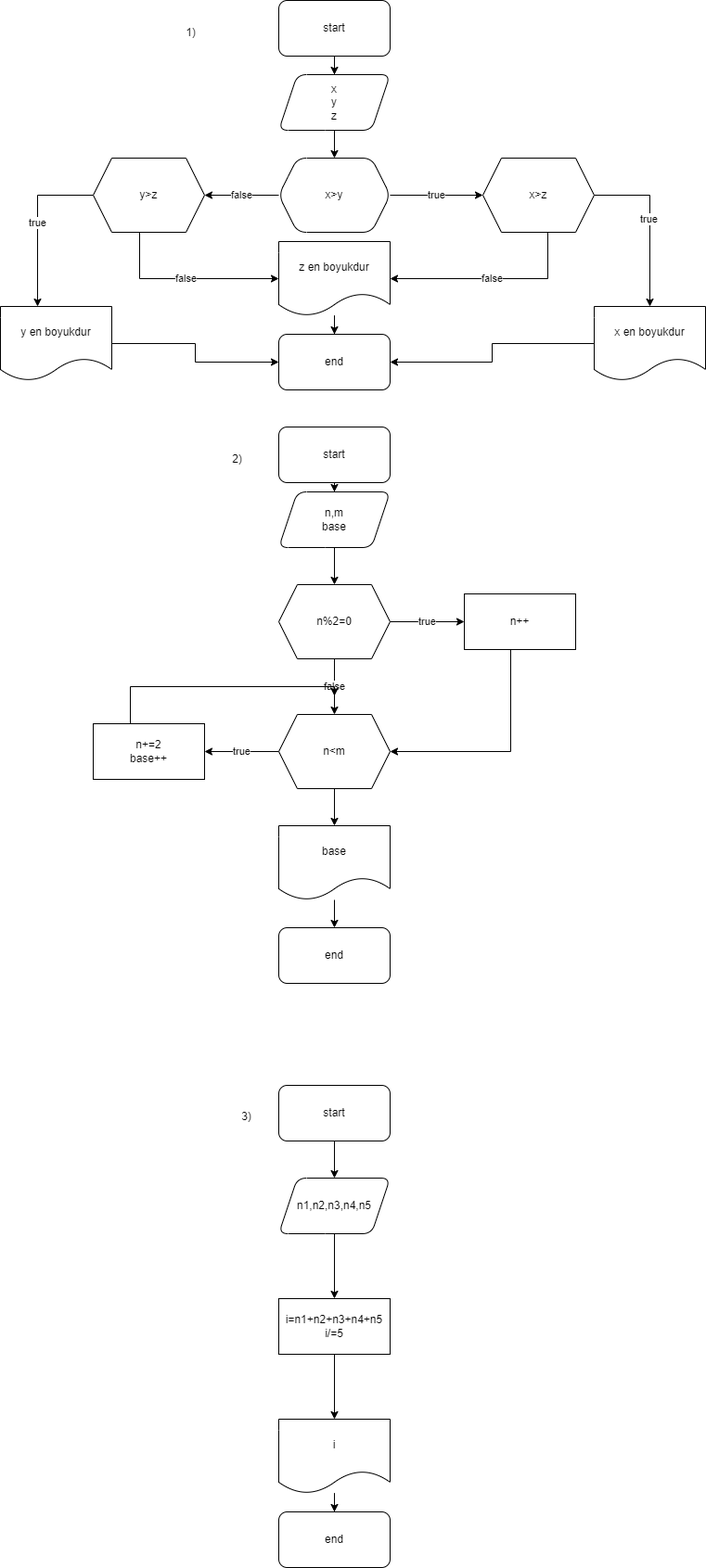
asmann18/diagramsnet-homework keeps this draw.io diagram as Başlıksız Diyagram.drawio.png. Above is the earlier version. Source tidied: cells renumbered, new cells last; positions are measured from the earlier drawing's top-left corner, leaving out a move shared by most shapes.
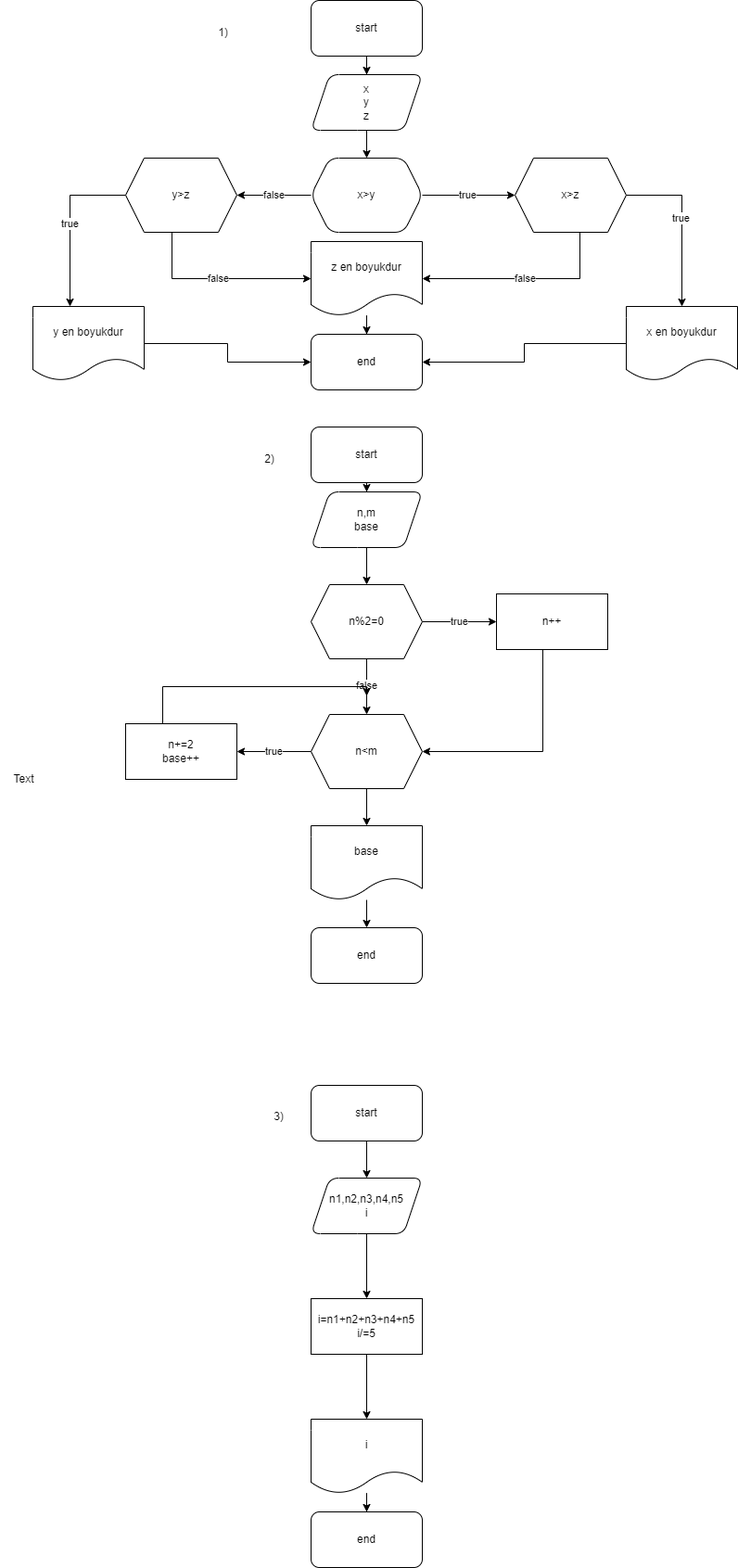
Above is the later version.

Change to the diagram source:
```diff
@@ -109,7 +109,7 @@
         <mxPoint x="360" y="1400" as="targetPoint" />
       </mxGeometry>
     </mxCell>
-    <mxCell id="32" value="n1,n2,n3,n4,n5" style="shape=parallelogram;perimeter=parallelogramPerimeter;whiteSpace=wrap;html=1;fixedSize=1;rounded=1;" parent="1" vertex="1">
+    <mxCell id="32" value="n1,n2,n3,n4,n5&lt;br&gt;i" style="shape=parallelogram;perimeter=parallelogramPerimeter;whiteSpace=wrap;html=1;fixedSize=1;rounded=1;" parent="1" vertex="1">
       <mxGeometry x="300" y="1270" width="120" height="60" as="geometry" />
     </mxCell>
     <mxCell id="33" style="edgeStyle=orthogonalEdgeStyle;rounded=0;jettySize=auto;html=1;" parent="1" edge="1" source="34" target="36">
@@ -185,5 +185,8 @@
     <mxCell id="51" value="y en boyukdur" style="shape=document;whiteSpace=wrap;html=1;boundedLbl=1;" parent="1" vertex="1">
       <mxGeometry y="330" width="120" height="80" as="geometry" />
     </mxCell>
+    <mxCell id="52" value="Text" style="text;html=1;align=center;verticalAlign=middle;strokeColor=none;fillColor=none;" parent="1" vertex="1">
+      <mxGeometry x="-35" y="825" width="50" height="30" as="geometry" />
+    </mxCell>
   </root>
 </mxGraphModel>
```
